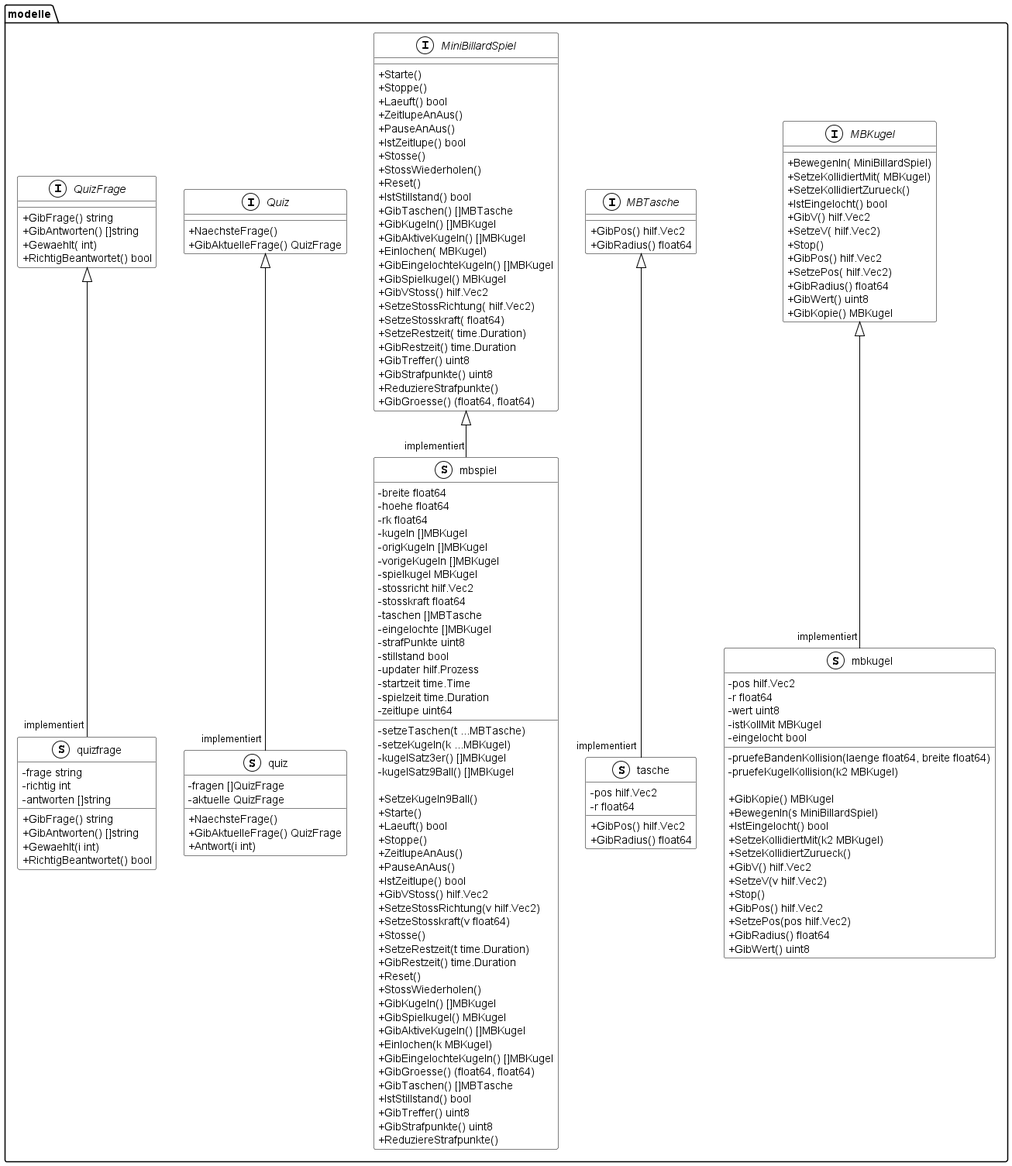
The PlantUML diagram documentation/UML/modelle.png in Fussbroich/lwb-SWP, before a commit.
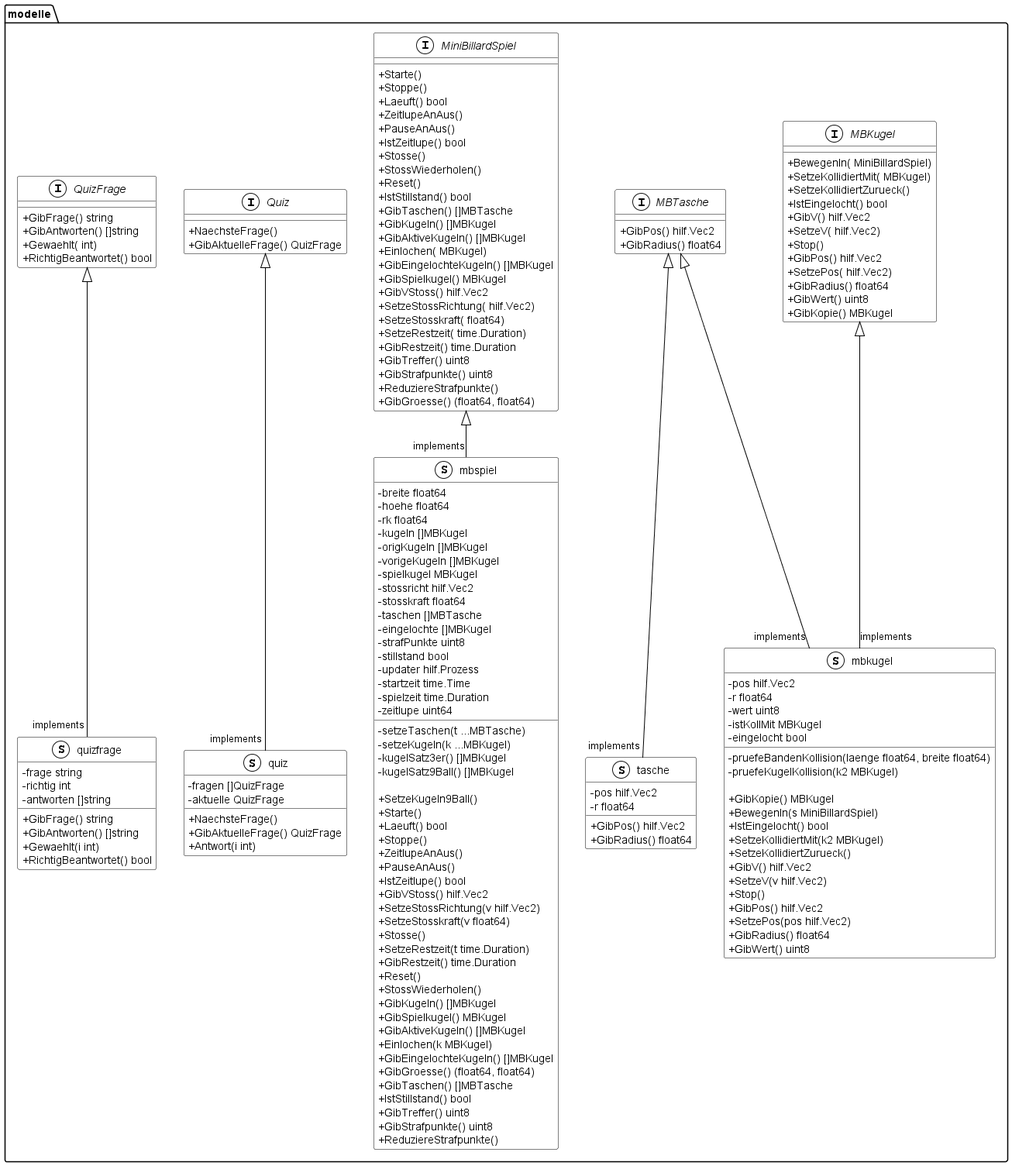
The same diagram one commit later.

Diff of the diagram source:
```diff
@@ -1,11 +1,12 @@
-@startuml Spielphysik und Lernfragen
+@startuml
+skinparam classAttributeIconSize 0
 
-skinparam classAttributeIconSize 0
 skinparam class {
 BackgroundColor White
 ArrowColor Black
 BorderColor Black
 }
+skinparam stereotypeCBackgroundColor White
 namespace modelle {
     interface MBKugel << (I,White) >> {
         + BewegenIn( MiniBillardSpiel)
@@ -22,12 +23,11 @@
         + GibKopie() MBKugel
 
     }
-
     interface MBTasche << (I,White) >> {
         + GibPos() hilf.Vec2
         + GibRadius() float64
+
     }
-
     interface MiniBillardSpiel << (I,White) >> {
         + Starte()
         + Stoppe()
@@ -174,10 +174,11 @@
     }
 }
 
-"modelle.MBKugel" <|-- "implementiert""modelle.mbkugel"
-"modelle.MiniBillardSpiel" <|-- "implementiert""modelle.mbspiel"
-"modelle.Quiz" <|-- "implementiert""modelle.quiz"
-"modelle.QuizFrage" <|-- "implementiert""modelle.quizfrage"
-"modelle.MBTasche" <|-- "implementiert""modelle.tasche"
+"modelle.MBKugel" <|-- "implements""modelle.mbkugel"
+"modelle.MBTasche" <|-- "implements""modelle.mbkugel"
+"modelle.MiniBillardSpiel" <|-- "implements""modelle.mbspiel"
+"modelle.Quiz" <|-- "implements""modelle.quiz"
+"modelle.QuizFrage" <|-- "implements""modelle.quizfrage"
+"modelle.MBTasche" <|-- "implements""modelle.tasche"
 
 @enduml
```
